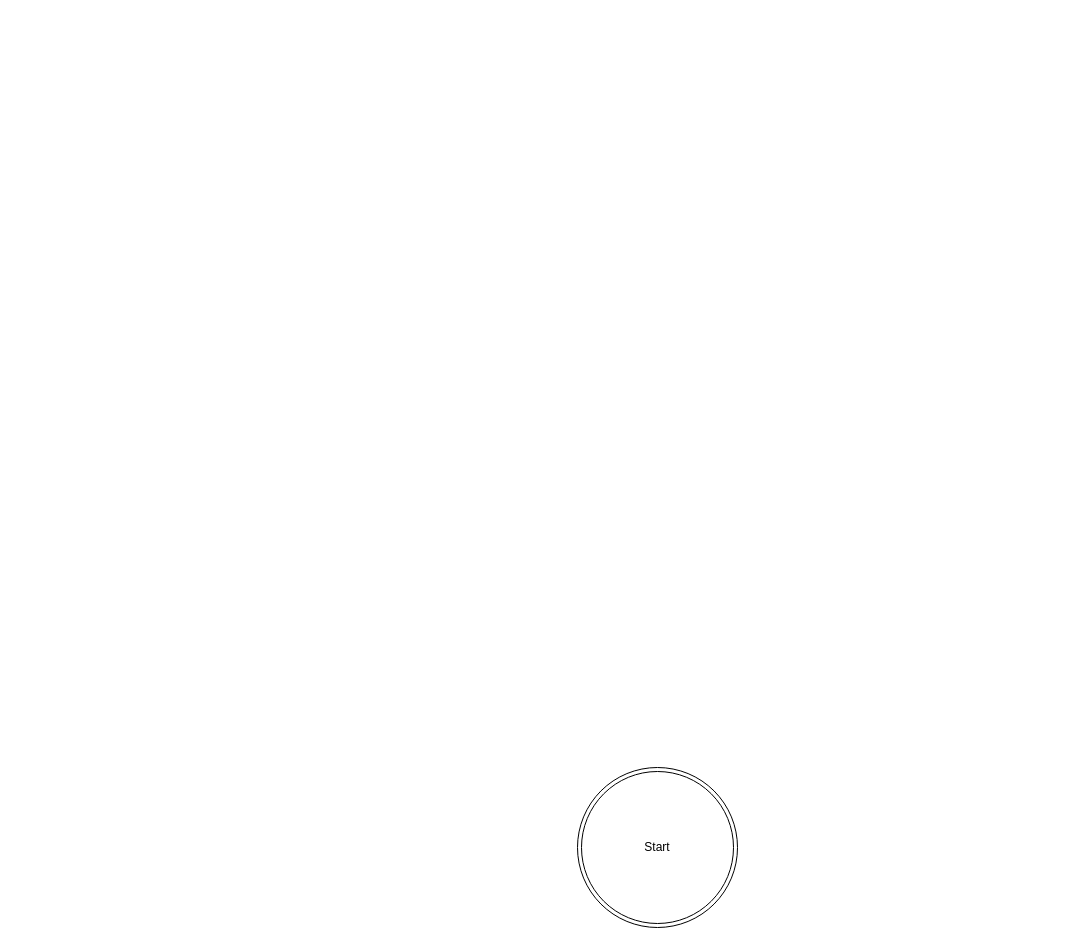
Earlier version of the draw.io diagram doc/scaner.drawio (JakubKomar/Prekladac-jazyka-teal). Source tidied: cells renumbered, new cells numbered last; positions are measured from the earlier drawing's top-left corner, leaving out a move shared by most shapes. Both pictures are drawn from the tidied source at 100%, with x=0, y=0 at pixel (577, 767).
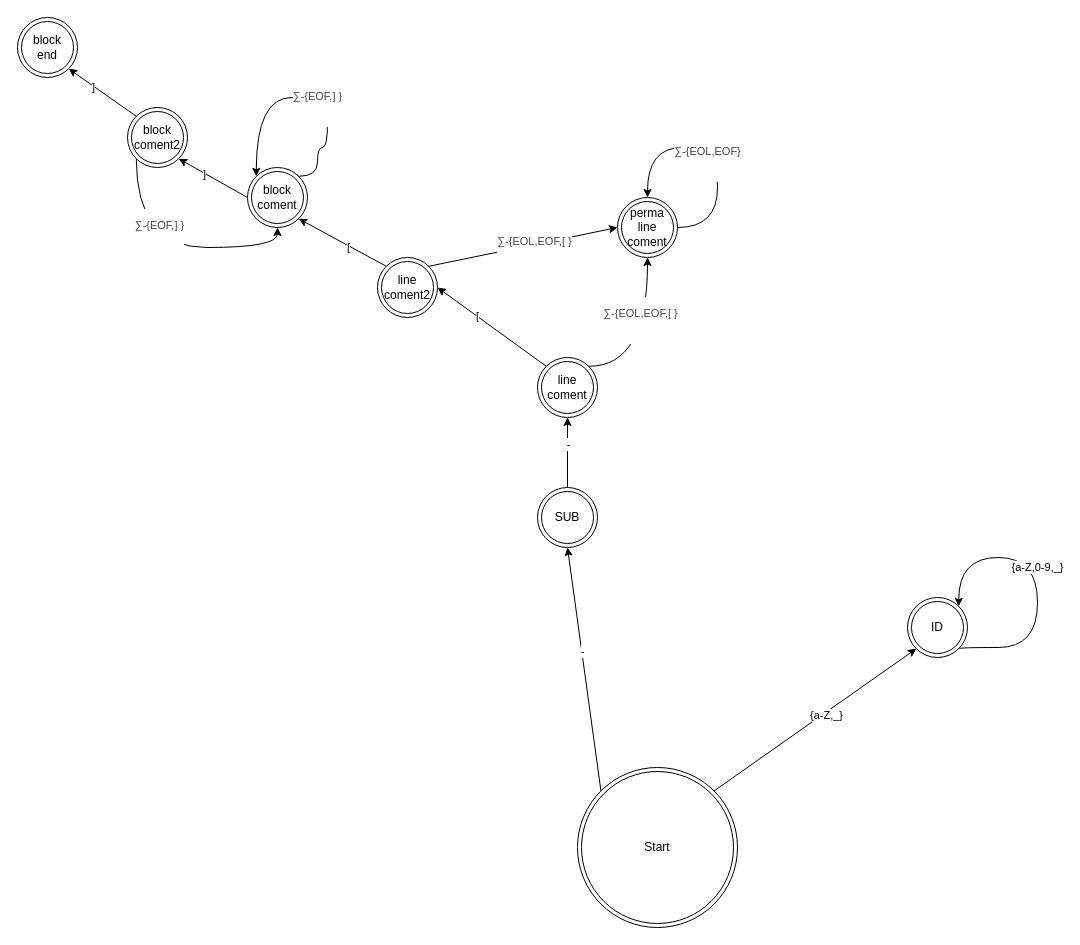
The same page after the edit.

The change refers to these unchanged cells:
```xml
<mxCell id="2" value="Start" style="ellipse;shape=doubleEllipse;whiteSpace=wrap;html=1;" parent="1" vertex="1">
  <mxGeometry width="160" height="160" as="geometry" />
</mxCell>
```

What changed in the source:
```diff
@@
+    <mxCell id="3" style="rounded=0;jettySize=auto;html=1;exitX=1;exitY=0;exitDx=0;exitDy=0;entryX=0;entryY=1;entryDx=0;entryDy=0;" parent="1" edge="1" source="2" target="7">
+      <mxGeometry relative="1" as="geometry" />
+    </mxCell>
+    <mxCell id="4" value="{a-Z,_}" style="edgeLabel;html=1;align=center;verticalAlign=middle;" parent="3" vertex="1">
+      <mxGeometry x="0.09" y="-2" relative="1" as="geometry" />
+    </mxCell>
+    <mxCell id="5" style="rounded=0;jettySize=auto;html=1;exitX=0;exitY=0;exitDx=0;exitDy=0;entryX=0.5;entryY=1;entryDx=0;entryDy=0;" parent="1" edge="1" source="2" target="12">
+      <mxGeometry relative="1" as="geometry" />
+    </mxCell>
+    <mxCell id="6" value="-" style="edgeLabel;html=1;align=center;verticalAlign=middle;" parent="5" vertex="1">
+      <mxGeometry x="0.15" relative="1" as="geometry" />
+    </mxCell>
@@
+    <mxCell id="7" value="ID" style="ellipse;shape=doubleEllipse;whiteSpace=wrap;html=1;" parent="1" vertex="1">
+      <mxGeometry x="330" y="-170" width="60" height="60" as="geometry" />
+    </mxCell>
+    <mxCell id="8" style="edgeStyle=orthogonalEdgeStyle;rounded=0;orthogonalLoop=1;jettySize=auto;html=1;exitX=1;exitY=1;exitDx=0;exitDy=0;entryX=1;entryY=0;entryDx=0;entryDy=0;curved=1;" parent="1" edge="1" source="7" target="7">
+      <mxGeometry relative="1" as="geometry">
+        <Array as="points">
+          <mxPoint x="381" y="-120" />
+          <mxPoint x="460" y="-120" />
+          <mxPoint x="460" y="-210" />
+          <mxPoint x="381" y="-210" />
+        </Array>
+      </mxGeometry>
+    </mxCell>
+    <mxCell id="9" value="{a-Z,0-9,_}" style="edgeLabel;html=1;align=center;verticalAlign=middle;" parent="8" vertex="1">
+      <mxGeometry x="0.08" y="1" relative="1" as="geometry" />
+    </mxCell>
+    <mxCell id="10" style="edgeStyle=none;rounded=0;jettySize=auto;html=1;exitX=0.5;exitY=0;exitDx=0;exitDy=0;entryX=0.5;entryY=1;entryDx=0;entryDy=0;" parent="1" edge="1" source="12" target="17">
+      <mxGeometry relative="1" as="geometry" />
+    </mxCell>
+    <mxCell id="11" value="-" style="edgeLabel;html=1;align=center;verticalAlign=middle;" parent="10" vertex="1">
+      <mxGeometry x="0.26" relative="1" as="geometry" />
+    </mxCell>
+    <mxCell id="12" value="SUB" style="ellipse;shape=doubleEllipse;whiteSpace=wrap;html=1;" parent="1" vertex="1">
+      <mxGeometry x="-40" y="-280" width="60" height="60" as="geometry" />
+    </mxCell>
+    <mxCell id="13" style="rounded=0;jettySize=auto;html=1;exitX=0;exitY=0;exitDx=0;exitDy=0;entryX=1;entryY=0.5;entryDx=0;entryDy=0;" parent="1" edge="1" source="17" target="22">
+      <mxGeometry relative="1" as="geometry" />
+    </mxCell>
+    <mxCell id="14" value="[" style="edgeLabel;html=1;align=center;verticalAlign=middle;" parent="13" vertex="1">
+      <mxGeometry x="0.28" relative="1" as="geometry" />
+    </mxCell>
+    <mxCell id="15" style="edgeStyle=orthogonalEdgeStyle;curved=1;rounded=0;jettySize=auto;html=1;exitX=1;exitY=0;exitDx=0;exitDy=0;entryX=0.5;entryY=1;entryDx=0;entryDy=0;" parent="1" edge="1" source="17" target="23">
+      <mxGeometry relative="1" as="geometry" />
+    </mxCell>
+    <mxCell id="16" value="&lt;h1 class=&quot;entry-title&quot; style=&quot;margin: 0px 0px 20px ; padding: 0px ; border: 0px ; vertical-align: baseline ; clear: both ; line-height: 1.2 ; font-weight: normal ; color: rgb(68 , 68 , 68) ; font-family: &amp;#34;ubuntu&amp;#34; , &amp;#34;helvetica&amp;#34; , &amp;#34;arial&amp;#34; , sans-serif&quot;&gt;&lt;font style=&quot;font-size: 11px&quot;&gt;∑&lt;/font&gt;&lt;font style=&quot;font-size: 11px&quot;&gt;-{EOL,EOF,[ }&lt;/font&gt;&lt;/h1&gt;" style="edgeLabel;html=1;align=center;verticalAlign=middle;" parent="15" vertex="1">
+      <mxGeometry x="0.25" y="8" relative="1" as="geometry" />
+    </mxCell>
+    <mxCell id="17" value="line coment" style="ellipse;shape=doubleEllipse;whiteSpace=wrap;html=1;" parent="1" vertex="1">
+      <mxGeometry x="-40" y="-410" width="60" height="60" as="geometry" />
+    </mxCell>
+    <mxCell id="18" style="rounded=0;jettySize=auto;html=1;exitX=1;exitY=0;exitDx=0;exitDy=0;entryX=0;entryY=0.5;entryDx=0;entryDy=0;" parent="1" edge="1" source="22" target="23">
+      <mxGeometry relative="1" as="geometry" />
+    </mxCell>
+    <mxCell id="19" value="&lt;h1 class=&quot;entry-title&quot; style=&quot;margin: 0px 0px 20px ; padding: 0px ; border: 0px ; vertical-align: baseline ; clear: both ; line-height: 1.2 ; font-weight: normal ; color: rgb(68 , 68 , 68) ; font-family: &amp;#34;ubuntu&amp;#34; , &amp;#34;helvetica&amp;#34; , &amp;#34;arial&amp;#34; , sans-serif&quot;&gt;&lt;font style=&quot;font-size: 11px&quot;&gt;∑&lt;/font&gt;&lt;font style=&quot;font-size: 11px&quot;&gt;-{EOL,EOF,[ }&lt;/font&gt;&lt;/h1&gt;" style="edgeLabel;html=1;align=center;verticalAlign=middle;" parent="18" vertex="1">
+      <mxGeometry x="0.11" y="-3" relative="1" as="geometry" />
+    </mxCell>
+    <mxCell id="20" style="edgeStyle=none;rounded=0;jettySize=auto;html=1;exitX=0;exitY=0;exitDx=0;exitDy=0;entryX=1;entryY=1;entryDx=0;entryDy=0;" parent="1" edge="1" source="22" target="26">
+      <mxGeometry relative="1" as="geometry" />
+    </mxCell>
+    <mxCell id="21" value="[" style="edgeLabel;html=1;align=center;verticalAlign=middle;" parent="20" vertex="1">
+      <mxGeometry x="0.23" y="-2" relative="1" as="geometry">
+        <mxPoint x="14" y="12" as="offset" />
+      </mxGeometry>
+    </mxCell>
+    <mxCell id="22" value="line coment2" style="ellipse;shape=doubleEllipse;whiteSpace=wrap;html=1;" parent="1" vertex="1">
+      <mxGeometry x="-200" y="-510" width="60" height="60" as="geometry" />
+    </mxCell>
+    <mxCell id="23" value="perma line coment" style="ellipse;shape=doubleEllipse;whiteSpace=wrap;html=1;" parent="1" vertex="1">
+      <mxGeometry x="40" y="-570" width="60" height="60" as="geometry" />
+    </mxCell>
+    <mxCell id="24" style="rounded=0;jettySize=auto;html=1;exitX=0;exitY=0.5;exitDx=0;exitDy=0;entryX=1;entryY=1;entryDx=0;entryDy=0;" parent="1" edge="1" source="26" target="36">
+      <mxGeometry relative="1" as="geometry" />
+    </mxCell>
+    <mxCell id="25" value="]" style="edgeLabel;html=1;align=center;verticalAlign=middle;" parent="24" vertex="1">
+      <mxGeometry x="0.24" y="1" relative="1" as="geometry" />
+    </mxCell>
+    <mxCell id="26" value="block&lt;br&gt;coment" style="ellipse;shape=doubleEllipse;whiteSpace=wrap;html=1;" parent="1" vertex="1">
+      <mxGeometry x="-330" y="-600" width="60" height="60" as="geometry" />
+    </mxCell>
+    <mxCell id="27" style="edgeStyle=orthogonalEdgeStyle;rounded=0;orthogonalLoop=1;jettySize=auto;html=1;exitX=1;exitY=0.5;exitDx=0;exitDy=0;entryX=0.5;entryY=0;entryDx=0;entryDy=0;curved=1;" parent="1" edge="1" source="23" target="23">
+      <mxGeometry relative="1" as="geometry">
+        <Array as="points">
+          <mxPoint x="140" y="-540" />
+          <mxPoint x="140" y="-620" />
+          <mxPoint x="70" y="-620" />
+        </Array>
+      </mxGeometry>
+    </mxCell>
+    <mxCell id="28" style="edgeLabel;html=1;align=center;verticalAlign=middle;" parent="27" vertex="1">
+      <mxGeometry x="0.11" y="6" relative="1" as="geometry" />
+    </mxCell>
+    <mxCell id="29" value="&lt;h1 class=&quot;entry-title&quot; style=&quot;margin: 0px 0px 20px ; padding: 0px ; border: 0px ; vertical-align: baseline ; clear: both ; line-height: 1.2 ; font-weight: normal ; color: rgb(68 , 68 , 68) ; font-family: &amp;#34;ubuntu&amp;#34; , &amp;#34;helvetica&amp;#34; , &amp;#34;arial&amp;#34; , sans-serif&quot;&gt;&lt;font style=&quot;font-size: 11px&quot;&gt;∑&lt;/font&gt;&lt;font style=&quot;font-size: 11px&quot;&gt;-{EOL,EOF}&lt;/font&gt;&lt;/h1&gt;" style="edgeLabel;html=1;align=center;verticalAlign=middle;" parent="27" vertex="1">
+      <mxGeometry x="0.18" y="2" relative="1" as="geometry">
+        <mxPoint x="11" y="8" as="offset" />
+      </mxGeometry>
+    </mxCell>
+    <mxCell id="30" style="edgeStyle=orthogonalEdgeStyle;curved=1;rounded=0;orthogonalLoop=1;jettySize=auto;html=1;exitX=1;exitY=0;exitDx=0;exitDy=0;entryX=0;entryY=0;entryDx=0;entryDy=0;" parent="1" edge="1" source="26" target="26">
+      <mxGeometry relative="1" as="geometry">
+        <Array as="points">
+          <mxPoint x="-260" y="-591" />
+          <mxPoint x="-260" y="-620" />
+          <mxPoint x="-250" y="-620" />
+          <mxPoint x="-250" y="-670" />
+          <mxPoint x="-321" y="-670" />
+        </Array>
+      </mxGeometry>
+    </mxCell>
+    <mxCell id="31" value="&lt;h1 class=&quot;entry-title&quot; style=&quot;margin: 0px 0px 20px ; padding: 0px ; border: 0px ; vertical-align: baseline ; clear: both ; line-height: 1.2 ; font-weight: normal ; color: rgb(68 , 68 , 68) ; font-family: &amp;#34;ubuntu&amp;#34; , &amp;#34;helvetica&amp;#34; , &amp;#34;arial&amp;#34; , sans-serif&quot;&gt;&lt;font style=&quot;font-size: 11px&quot;&gt;∑&lt;/font&gt;&lt;font style=&quot;font-size: 11px&quot;&gt;-{EOF,] }&lt;/font&gt;&lt;/h1&gt;" style="edgeLabel;html=1;align=center;verticalAlign=middle;" parent="30" vertex="1">
+      <mxGeometry x="-0.08" y="5" relative="1" as="geometry" />
+    </mxCell>
+    <mxCell id="32" style="edgeStyle=orthogonalEdgeStyle;curved=1;rounded=0;jettySize=auto;html=1;exitX=0;exitY=1;exitDx=0;exitDy=0;entryX=0.5;entryY=1;entryDx=0;entryDy=0;" parent="1" edge="1" source="36" target="26">
+      <mxGeometry relative="1" as="geometry">
+        <Array as="points">
+          <mxPoint x="-441" y="-520" />
+          <mxPoint x="-300" y="-520" />
+        </Array>
+      </mxGeometry>
+    </mxCell>
+    <mxCell id="33" value="&lt;h1 class=&quot;entry-title&quot; style=&quot;margin: 0px 0px 20px ; padding: 0px ; border: 0px ; vertical-align: baseline ; clear: both ; line-height: 1.2 ; font-weight: normal ; color: rgb(68 , 68 , 68) ; font-family: &amp;#34;ubuntu&amp;#34; , &amp;#34;helvetica&amp;#34; , &amp;#34;arial&amp;#34; , sans-serif&quot;&gt;&lt;font style=&quot;font-size: 11px&quot;&gt;∑&lt;/font&gt;&lt;font style=&quot;font-size: 11px&quot;&gt;-{EOF,] }&lt;/font&gt;&lt;/h1&gt;" style="edgeLabel;html=1;align=center;verticalAlign=middle;" parent="32" vertex="1">
+      <mxGeometry x="-0.11" y="16" relative="1" as="geometry" />
+    </mxCell>
+    <mxCell id="34" style="rounded=0;jettySize=auto;html=1;exitX=0;exitY=0;exitDx=0;exitDy=0;entryX=1;entryY=1;entryDx=0;entryDy=0;" parent="1" edge="1" source="36" target="37">
+      <mxGeometry relative="1" as="geometry" />
+    </mxCell>
+    <mxCell id="35" value="]" style="edgeLabel;html=1;align=center;verticalAlign=middle;" parent="34" vertex="1">
+      <mxGeometry x="0.26" y="1" relative="1" as="geometry" />
+    </mxCell>
+    <mxCell id="36" value="block&lt;br&gt;coment2" style="ellipse;shape=doubleEllipse;whiteSpace=wrap;html=1;" parent="1" vertex="1">
+      <mxGeometry x="-450" y="-660" width="60" height="60" as="geometry" />
+    </mxCell>
+    <mxCell id="37" value="block&lt;br&gt;end" style="ellipse;shape=doubleEllipse;whiteSpace=wrap;html=1;" parent="1" vertex="1">
+      <mxGeometry x="-560" y="-750" width="60" height="60" as="geometry" />
+    </mxCell>
```
